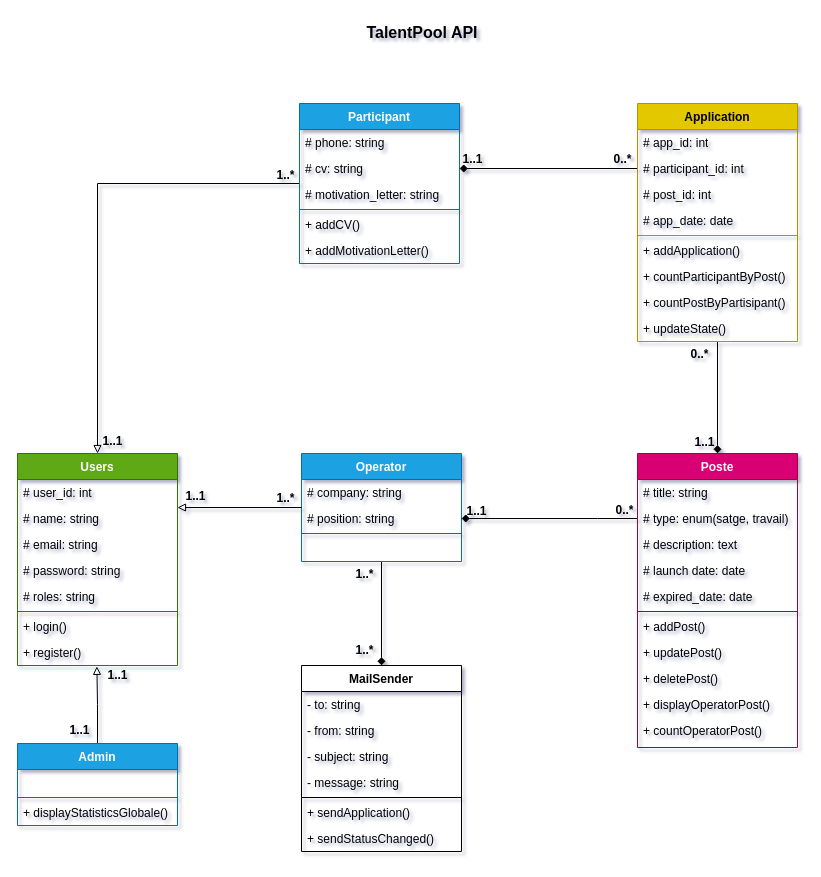
This is diagrammes/TalentPool (classe).drawio from AHLALLAY/TalentPool, a draw.io file, before an edit. Source tidied: cells renumbered, new cells numbered last; positions are measured from the earlier drawing's top-left corner, leaving out a move shared by most shapes. Both pictures are drawn from the tidied source at 100%, with x=0, y=0 at pixel (17, 17).
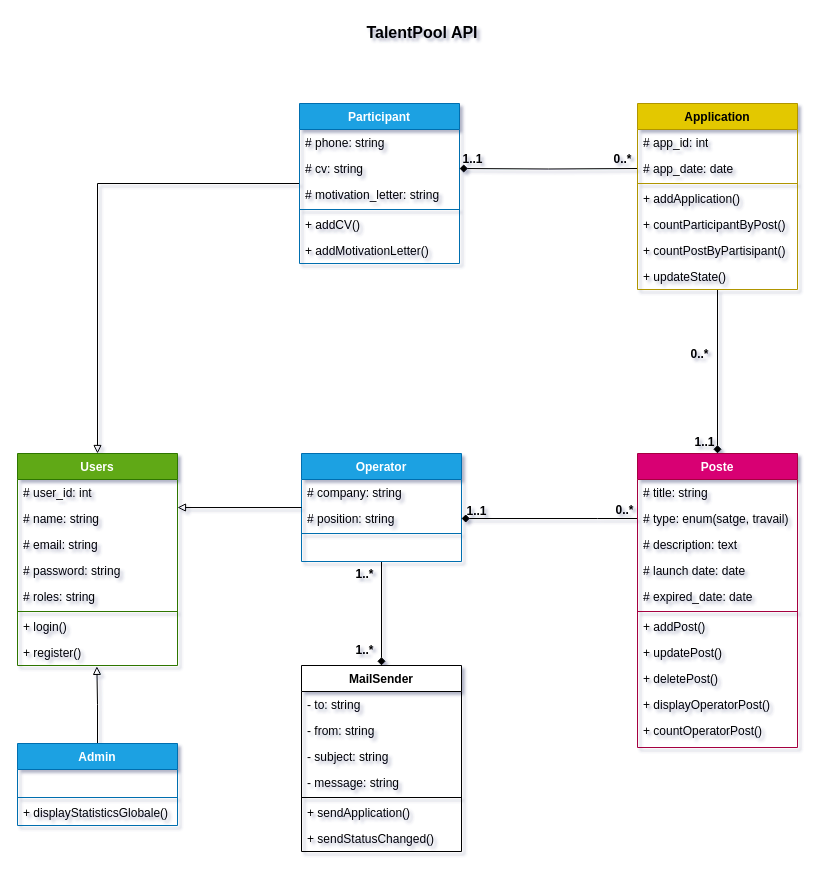
The same diagram, later.

Commit message (it also covers changes not shown here):
feat: Supprimer les clés étrangères du diagramme de classe

The change refers to these unchanged cells:
```xml
<mxCell id="14" value="# cv: string" style="text;strokeColor=none;fillColor=none;align=left;verticalAlign=top;spacingLeft=4;spacingRight=4;overflow=hidden;points=[[0,0.5],[1,0.5]];portConstraint=eastwest;whiteSpace=wrap;html=1;" parent="12" vertex="1">
  <mxGeometry y="52" width="160" height="26" as="geometry" />
</mxCell>
```

The edit, as a diff of the source:
```diff
@@
-    <mxCell id="31" style="edgeStyle=orthogonalEdgeStyle;rounded=0;jettySize=auto;html=1;entryX=1;entryY=0.5;entryDx=0;entryDy=0;endArrow=diamond;endFill=1;exitX=0;exitY=0.5;exitDx=0;exitDy=0;startFill=0;" parent="1" edge="1" source="58" target="14">
-      <mxGeometry relative="1" as="geometry" />
+    <mxCell id="31" style="edgeStyle=orthogonalEdgeStyle;rounded=0;jettySize=auto;html=1;entryX=1;entryY=0.5;entryDx=0;entryDy=0;endArrow=diamond;endFill=1;exitX=0;exitY=0.5;exitDx=0;exitDy=0;startFill=0;" parent="1" edge="1" target="14">
+      <mxGeometry relative="1" as="geometry">
+        <mxPoint x="620" y="151" as="sourcePoint" />
+      </mxGeometry>
     </mxCell>
@@
-    <mxCell id="46" value="1..*" style="text;align=center;fontStyle=1;verticalAlign=middle;spacingLeft=3;spacingRight=3;strokeColor=none;html=1;" parent="1" vertex="1">
-      <mxGeometry x="253" y="148" width="30" height="20" as="geometry" />
-    </mxCell>
-    <mxCell id="47" value="1..1" style="text;align=center;fontStyle=1;verticalAlign=middle;spacingLeft=3;spacingRight=3;strokeColor=none;html=1;" parent="1" vertex="1">
-      <mxGeometry x="80" y="414" width="30" height="20" as="geometry" />
-    </mxCell>
-    <mxCell id="48" value="1..1" style="text;align=center;fontStyle=1;verticalAlign=middle;spacingLeft=3;spacingRight=3;strokeColor=none;html=1;" parent="1" vertex="1">
-      <mxGeometry x="163" y="469" width="30" height="20" as="geometry" />
-    </mxCell>
-    <mxCell id="49" value="1..1" style="text;align=center;fontStyle=1;verticalAlign=middle;spacingLeft=3;spacingRight=3;strokeColor=none;html=1;" parent="1" vertex="1">
-      <mxGeometry x="85" y="648" width="30" height="20" as="geometry" />
-    </mxCell>
-    <mxCell id="50" value="1..*" style="text;align=center;fontStyle=1;verticalAlign=middle;spacingLeft=3;spacingRight=3;strokeColor=none;html=1;" parent="1" vertex="1">
-      <mxGeometry x="253" y="471" width="30" height="20" as="geometry" />
-    </mxCell>
-    <mxCell id="51" value="1..1" style="text;align=center;fontStyle=1;verticalAlign=middle;spacingLeft=3;spacingRight=3;strokeColor=none;html=1;" parent="1" vertex="1">
-      <mxGeometry x="47" y="703" width="30" height="20" as="geometry" />
-    </mxCell>
@@
     <mxCell id="56" value="Application" style="swimlane;fontStyle=1;align=center;verticalAlign=top;horizontal=1;startSize=26;whiteSpace=wrap;html=1;fillColor=#e3c800;strokeColor=#B09500;fontColor=#000000;" parent="1" vertex="1">
-      <mxGeometry x="620" y="86" width="160" height="238" as="geometry" />
+      <mxGeometry x="620" y="86" width="160" height="186" as="geometry" />
     </mxCell>
@@
-    <mxCell id="58" value="# participant_id: int" style="text;strokeColor=none;fillColor=none;align=left;verticalAlign=top;spacingLeft=4;spacingRight=4;overflow=hidden;points=[[0,0.5],[1,0.5]];portConstraint=eastwest;whiteSpace=wrap;html=1;" parent="56" vertex="1">
-      <mxGeometry y="52" width="160" height="26" as="geometry" />
-    </mxCell>
-    <mxCell id="59" value="# post_id: int" style="text;strokeColor=none;fillColor=none;align=left;verticalAlign=top;spacingLeft=4;spacingRight=4;overflow=hidden;whiteSpace=wrap;html=1;" parent="56" vertex="1">
-      <mxGeometry y="78" width="160" height="26" as="geometry" />
-    </mxCell>
     <mxCell id="60" value="# app_date: date" style="text;strokeColor=none;fillColor=none;align=left;verticalAlign=top;spacingLeft=4;spacingRight=4;overflow=hidden;whiteSpace=wrap;html=1;" parent="56" vertex="1">
-      <mxGeometry y="104" width="160" height="26" as="geometry" />
+      <mxGeometry y="52" width="160" height="26" as="geometry" />
     </mxCell>
     <mxCell id="61" style="line;strokeWidth=1;fillColor=none;align=left;verticalAlign=middle;spacingTop=-1;spacingLeft=3;spacingRight=3;labelPosition=right;strokeColor=inherit;" parent="56" vertex="1">
-      <mxGeometry y="130" width="160" height="4" as="geometry" />
+      <mxGeometry y="78" width="160" height="4" as="geometry" />
     </mxCell>
     <mxCell id="62" value="+ addApplication()" style="text;strokeColor=none;fillColor=none;align=left;verticalAlign=top;spacingLeft=4;spacingRight=4;overflow=hidden;whiteSpace=wrap;html=1;" parent="56" vertex="1">
-      <mxGeometry y="134" width="160" height="26" as="geometry" />
+      <mxGeometry y="82" width="160" height="26" as="geometry" />
     </mxCell>
     <mxCell id="63" value="+ countParticipantByPost()" style="text;strokeColor=none;fillColor=none;align=left;verticalAlign=top;spacingLeft=4;spacingRight=4;overflow=hidden;whiteSpace=wrap;html=1;" parent="56" vertex="1">
-      <mxGeometry y="160" width="160" height="26" as="geometry" />
+      <mxGeometry y="108" width="160" height="26" as="geometry" />
     </mxCell>
     <mxCell id="64" value="+ countPostByPartisipant()" style="text;strokeColor=none;fillColor=none;align=left;verticalAlign=top;spacingLeft=4;spacingRight=4;overflow=hidden;whiteSpace=wrap;html=1;" parent="56" vertex="1">
-      <mxGeometry y="186" width="160" height="26" as="geometry" />
+      <mxGeometry y="134" width="160" height="26" as="geometry" />
     </mxCell>
     <mxCell id="65" value="+ updateState()" style="text;strokeColor=none;fillColor=none;align=left;verticalAlign=top;spacingLeft=4;spacingRight=4;overflow=hidden;whiteSpace=wrap;html=1;" parent="56" vertex="1">
-      <mxGeometry y="212" width="160" height="26" as="geometry" />
+      <mxGeometry y="160" width="160" height="26" as="geometry" />
     </mxCell>
```
